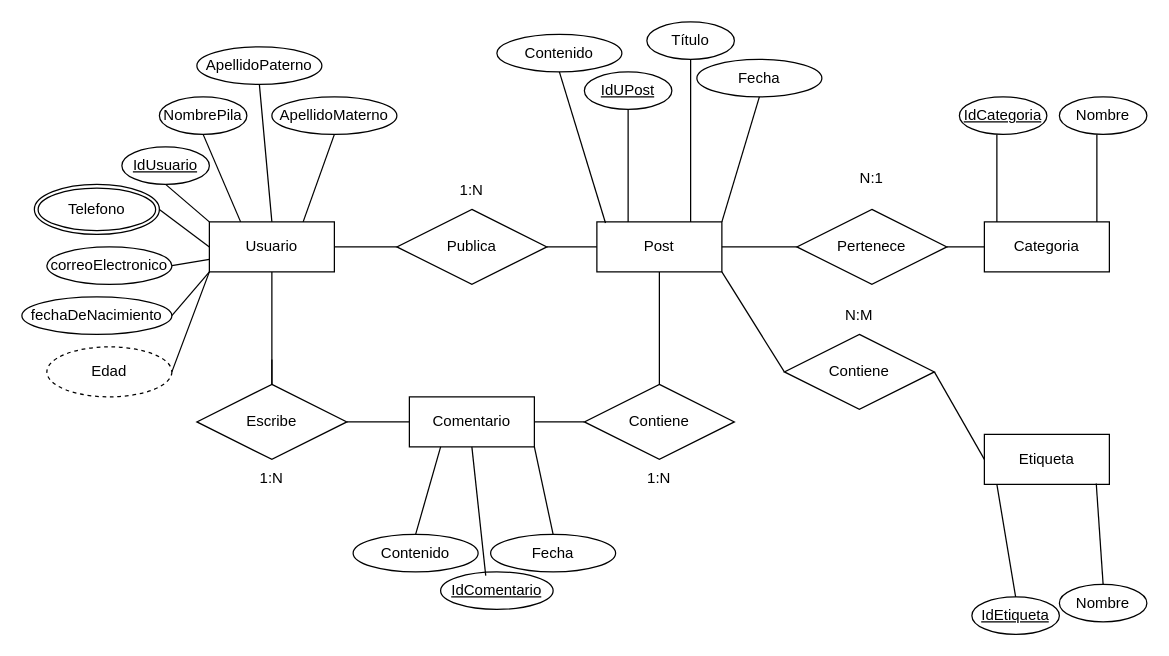
This is ArchivosHechosEnClase/ejemplo1.drawio from angelumoca21/BaseDeDatos, a draw.io file, before an edit. Source tidied: cells renumbered, new cells numbered last; positions are measured from the earlier drawing's top-left corner, leaving out a move shared by most shapes. Both pictures are drawn from the tidied source at 125%, with x=0, y=0 at pixel (21, 21).
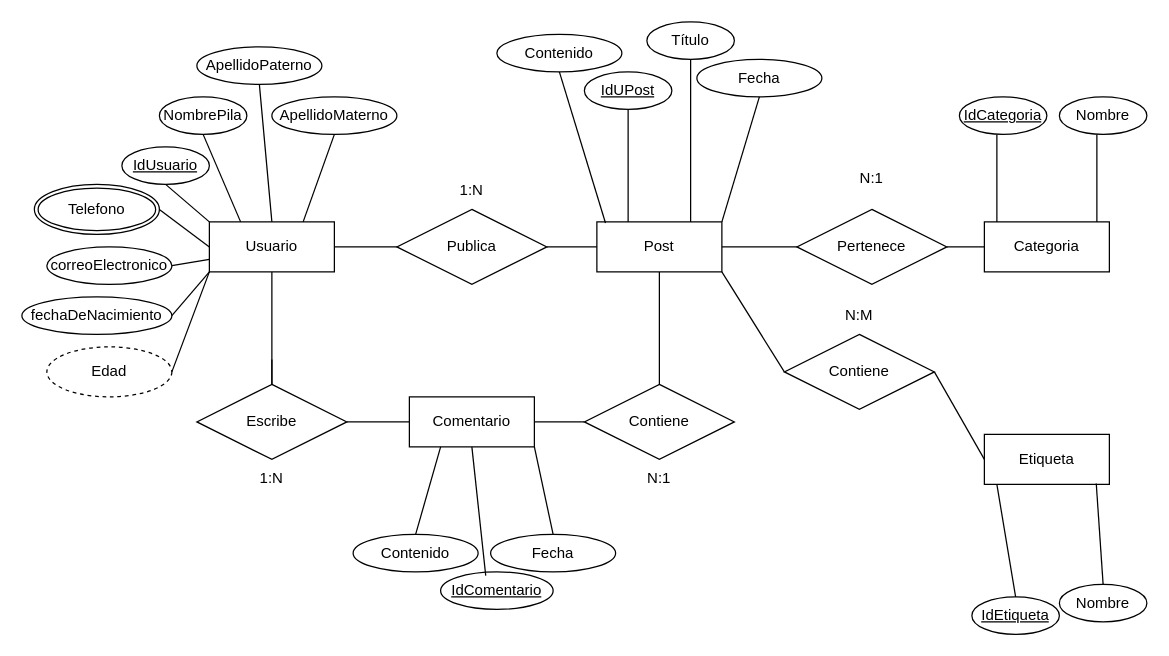
Above is the later version.

What changed in the source:
```diff
@@
-    <mxCell id="54" value="1:N" style="text;html=1;whiteSpace=wrap;strokeColor=none;fillColor=none;align=center;verticalAlign=middle;rounded=0;" parent="1" vertex="1">
+    <mxCell id="54" value="N:1" style="text;html=1;whiteSpace=wrap;strokeColor=none;fillColor=none;align=center;verticalAlign=middle;rounded=0;" parent="1" vertex="1">
       <mxGeometry x="480" y="350" width="60" height="30" as="geometry" />
     </mxCell>
```
